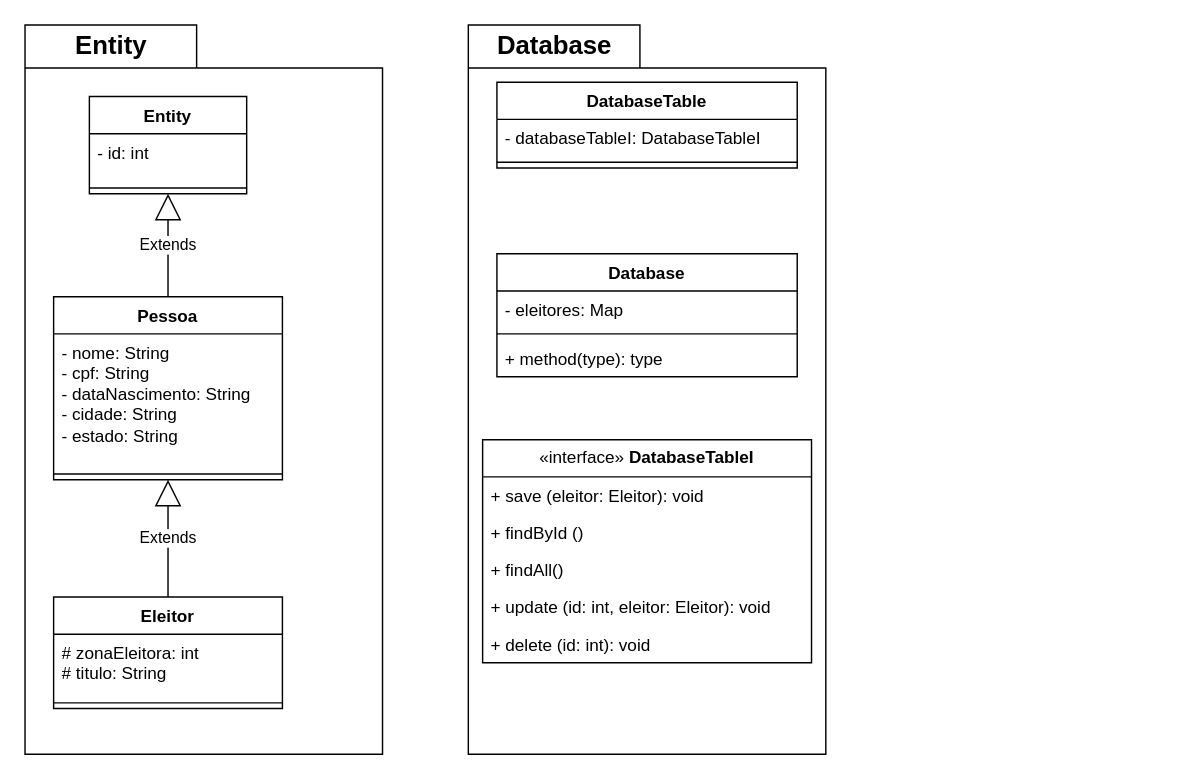
fseabra93/proj_final_LP2 keeps this draw.io diagram as Diagrama sem nome.drawio. Above is the earlier version. Source tidied: cells renumbered, new cells numbered last; positions are measured from the earlier drawing's top-left corner, leaving out a move shared by most shapes. Both pictures are drawn from the tidied source at 143%, with x=0, y=0 at pixel (24, 24).
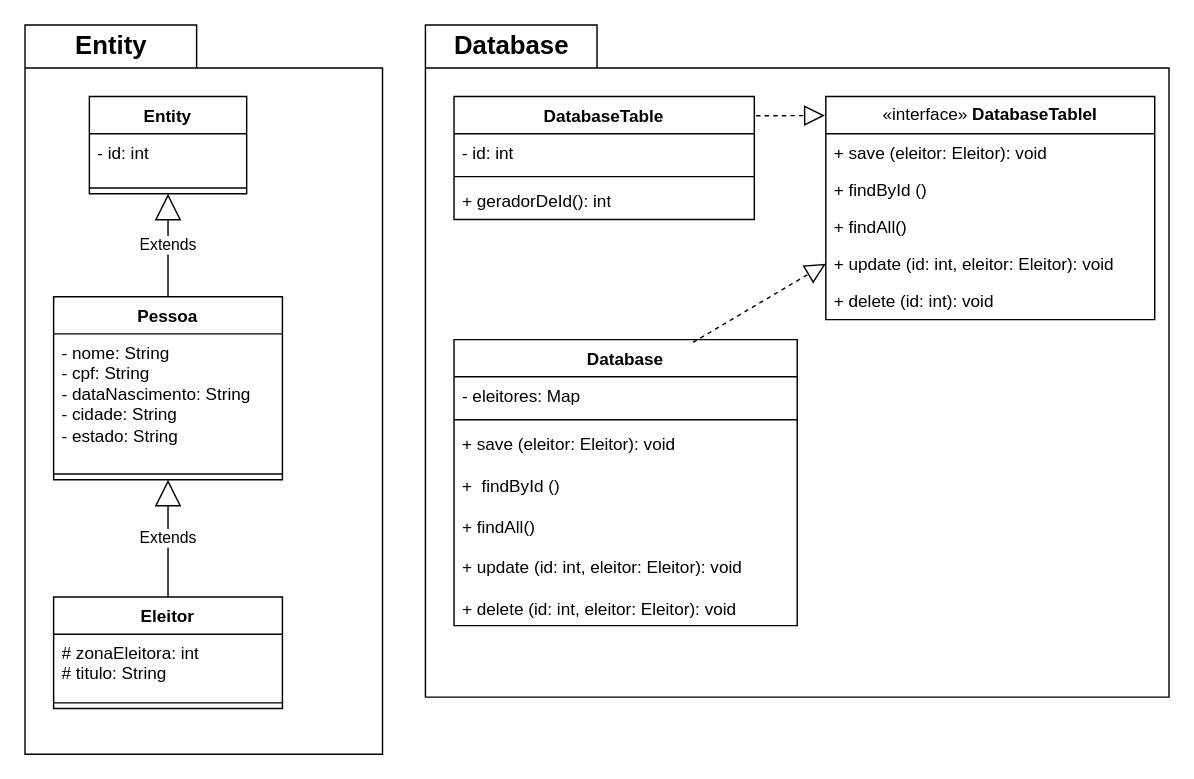
The same page after the edit.

Unchanged cells that the change refers to:
```xml
<mxCell id="29" value="+ update (id: int, eleitor: Eleitor): void" style="text;strokeColor=none;fillColor=none;align=left;verticalAlign=top;spacingLeft=4;spacingRight=4;overflow=hidden;points=[[0,0.5],[1,0.5]];portConstraint=eastwest;whiteSpace=wrap;html=1;" parent="25" vertex="1">
  <mxGeometry y="104" width="230" height="26" as="geometry" />
</mxCell>
```

Change to the diagram source:
```diff
@@
     <mxCell id="16" style="shape=folder;fontStyle=1;spacingTop=10;tabWidth=120;tabHeight=30;tabPosition=left;html=1;whiteSpace=wrap;" parent="1" vertex="1">
-      <mxGeometry x="310" width="250" height="510" as="geometry" />
+      <mxGeometry x="280" width="520" height="470" as="geometry" />
     </mxCell>
     <mxCell id="17" value="Database" style="text;align=center;fontStyle=1;verticalAlign=middle;spacingLeft=3;spacingRight=3;strokeColor=none;html=1;fontSize=18;" parent="1" vertex="1">
-      <mxGeometry x="310" width="120" height="30" as="geometry" />
+      <mxGeometry x="280" width="120" height="30" as="geometry" />
     </mxCell>
-    <mxCell id="18" value="DatabaseTable" style="swimlane;fontStyle=1;align=center;verticalAlign=top;horizontal=1;startSize=26;whiteSpace=wrap;html=1;" parent="1" vertex="1">
-      <mxGeometry x="330" y="40" width="210" height="60" as="geometry" />
-    </mxCell>
-    <mxCell id="19" value="- databaseTableI: DatabaseTableI" style="text;strokeColor=none;fillColor=none;align=left;verticalAlign=top;spacingLeft=4;spacingRight=4;overflow=hidden;whiteSpace=wrap;html=1;" parent="18" vertex="1">
-      <mxGeometry y="26" width="210" height="26" as="geometry" />
-    </mxCell>
-    <mxCell id="20" style="line;strokeWidth=1;fillColor=none;align=left;verticalAlign=middle;spacingTop=-1;spacingLeft=3;spacingRight=3;labelPosition=right;strokeColor=inherit;" parent="18" vertex="1">
-      <mxGeometry y="52" width="210" height="8" as="geometry" />
-    </mxCell>
-    <mxCell id="21" value="Database" style="swimlane;fontStyle=1;align=center;verticalAlign=top;horizontal=1;startSize=26;whiteSpace=wrap;html=1;" parent="1" vertex="1">
-      <mxGeometry x="330" y="160" width="210" height="86" as="geometry" />
-    </mxCell>
-    <mxCell id="22" value="- eleitores: Map" style="text;strokeColor=none;fillColor=none;align=left;verticalAlign=top;spacingLeft=4;spacingRight=4;overflow=hidden;whiteSpace=wrap;html=1;" parent="21" vertex="1">
-      <mxGeometry y="26" width="210" height="26" as="geometry" />
-    </mxCell>
-    <mxCell id="23" style="line;strokeWidth=1;fillColor=none;align=left;verticalAlign=middle;spacingTop=-1;spacingLeft=3;spacingRight=3;labelPosition=right;strokeColor=inherit;" parent="21" vertex="1">
-      <mxGeometry y="52" width="210" height="8" as="geometry" />
-    </mxCell>
-    <mxCell id="24" value="+ method(type): type" style="text;strokeColor=none;fillColor=none;align=left;verticalAlign=top;spacingLeft=4;spacingRight=4;overflow=hidden;whiteSpace=wrap;html=1;" parent="21" vertex="1">
-      <mxGeometry y="60" width="210" height="26" as="geometry" />
-    </mxCell>
     <mxCell id="25" value="«interface»&amp;nbsp;&lt;b&gt;DatabaseTableI&lt;/b&gt;" style="swimlane;fontStyle=0;horizontal=1;startSize=26;fillColor=none;whiteSpace=wrap;html=1;" parent="1" vertex="1">
-      <mxGeometry x="320" y="290" width="230" height="156" as="geometry" />
+      <mxGeometry x="560" y="50" width="230" height="156" as="geometry" />
     </mxCell>
@@
+    <mxCell id="18" value="DatabaseTable" style="swimlane;fontStyle=1;align=center;verticalAlign=top;horizontal=1;startSize=26;whiteSpace=wrap;html=1;" parent="1" vertex="1">
+      <mxGeometry x="300" y="50" width="210" height="86" as="geometry" />
+    </mxCell>
+    <mxCell id="31" value="- id: int" style="text;strokeColor=none;fillColor=none;align=left;verticalAlign=top;spacingLeft=4;spacingRight=4;overflow=hidden;whiteSpace=wrap;html=1;" parent="18" vertex="1">
+      <mxGeometry y="26" width="210" height="26" as="geometry" />
+    </mxCell>
+    <mxCell id="32" style="line;strokeWidth=1;fillColor=none;align=left;verticalAlign=middle;spacingTop=-1;spacingLeft=3;spacingRight=3;labelPosition=right;strokeColor=inherit;" parent="18" vertex="1">
+      <mxGeometry y="52" width="210" height="8" as="geometry" />
+    </mxCell>
+    <mxCell id="33" value="+ geradorDeId(): int" style="text;strokeColor=none;fillColor=none;align=left;verticalAlign=top;spacingLeft=4;spacingRight=4;overflow=hidden;whiteSpace=wrap;html=1;" parent="18" vertex="1">
+      <mxGeometry y="60" width="210" height="26" as="geometry" />
+    </mxCell>
+    <mxCell id="34" style="endArrow=block;dashed=1;endFill=0;endSize=12;html=1;rounded=0;exitX=1.006;exitY=0.157;exitDx=0;exitDy=0;exitPerimeter=0;entryX=-0.003;entryY=0.085;entryDx=0;entryDy=0;entryPerimeter=0;" parent="1" edge="1" source="18" target="25">
+      <mxGeometry relative="1" as="geometry" />
+    </mxCell>
+    <mxCell id="21" value="Database" style="swimlane;fontStyle=1;align=center;verticalAlign=top;horizontal=1;startSize=26;whiteSpace=wrap;html=1;" parent="1" vertex="1">
+      <mxGeometry x="300" y="220" width="240" height="200" as="geometry" />
+    </mxCell>
+    <mxCell id="22" value="- eleitores: Map" style="text;strokeColor=none;fillColor=none;align=left;verticalAlign=top;spacingLeft=4;spacingRight=4;overflow=hidden;whiteSpace=wrap;html=1;" parent="21" vertex="1">
+      <mxGeometry y="26" width="240" height="26" as="geometry" />
+    </mxCell>
+    <mxCell id="35" style="line;strokeWidth=1;fillColor=none;align=left;verticalAlign=middle;spacingTop=-1;spacingLeft=3;spacingRight=3;labelPosition=right;strokeColor=inherit;" parent="21" vertex="1">
+      <mxGeometry y="52" width="240" height="8" as="geometry" />
+    </mxCell>
+    <mxCell id="36" value="+ save (eleitor: Eleitor): void&lt;div&gt;&lt;br&gt;&lt;/div&gt;&lt;div&gt;+&amp;nbsp;&lt;span style=&quot;background-color: initial;&quot;&gt;&amp;nbsp;findById ()&lt;/span&gt;&lt;/div&gt;&lt;div&gt;&lt;span style=&quot;background-color: initial;&quot;&gt;&lt;br&gt;&lt;/span&gt;&lt;/div&gt;&lt;div&gt;+ findAll()&lt;span style=&quot;background-color: initial;&quot;&gt;&lt;br&gt;&lt;/span&gt;&lt;/div&gt;&lt;div&gt;&lt;br&gt;&lt;/div&gt;&lt;div&gt;+ update &lt;span style=&quot;background-color: initial;&quot;&gt;(id: int, eleitor: Eleitor): void&lt;/span&gt;&lt;/div&gt;&lt;div&gt;&lt;span style=&quot;background-color: initial;&quot;&gt;&lt;br&gt;&lt;/span&gt;&lt;/div&gt;&lt;div&gt;&lt;span style=&quot;background-color: initial;&quot;&gt;+&lt;/span&gt;&lt;span style=&quot;background-color: initial;&quot;&gt;&amp;nbsp;delete (&lt;/span&gt;&lt;span style=&quot;background-color: initial;&quot;&gt;id: int, eleitor: Eleitor&lt;/span&gt;&lt;span style=&quot;background-color: initial;&quot;&gt;): void&lt;/span&gt;&lt;/div&gt;" style="text;strokeColor=none;fillColor=none;align=left;verticalAlign=top;spacingLeft=4;spacingRight=4;overflow=hidden;whiteSpace=wrap;html=1;" parent="21" vertex="1">
+      <mxGeometry y="60" width="240" height="140" as="geometry" />
+    </mxCell>
+    <mxCell id="37" style="endArrow=block;dashed=1;endFill=0;endSize=12;html=1;rounded=0;entryX=0;entryY=0.5;entryDx=0;entryDy=0;exitX=0.696;exitY=0.01;exitDx=0;exitDy=0;exitPerimeter=0;" parent="1" edge="1" source="21" target="29">
+      <mxGeometry relative="1" as="geometry" />
+    </mxCell>
```
